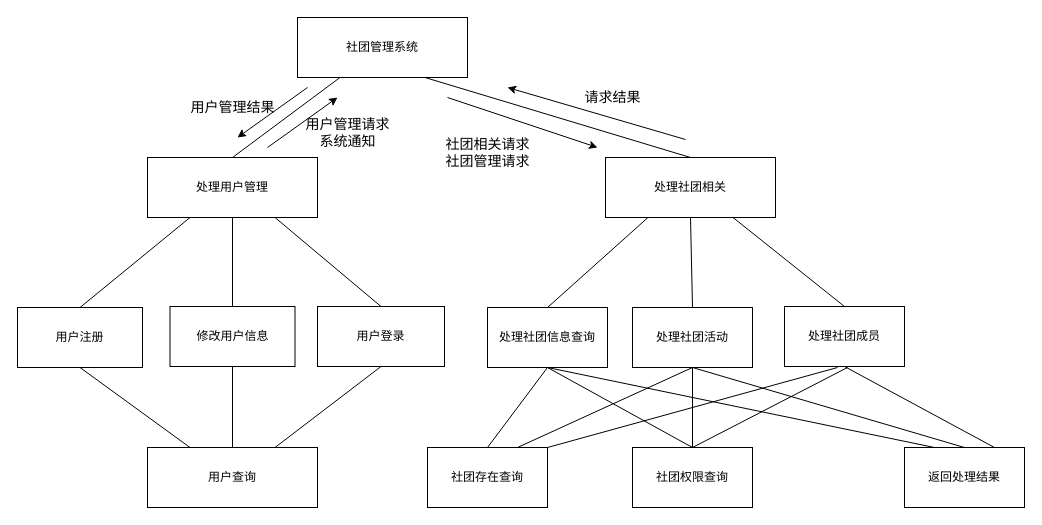
This is MFD2.drawio from gaodi16366/test, a draw.io file, before an edit. Source tidied: cells renumbered, new cells numbered last; positions are measured from the earlier drawing's top-left corner, leaving out a move shared by most shapes. Both pictures are drawn from the tidied source at 100%, with x=0, y=0 at pixel (17, 17).
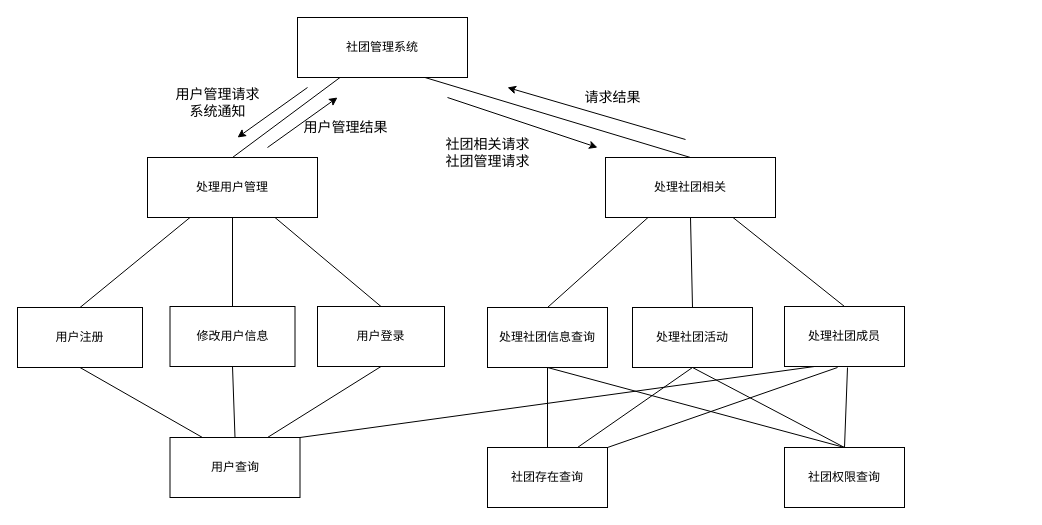
The same page after the edit.

The change refers to these unchanged cells:
```xml
<mxCell id="15" value="处理社团信息查询" style="rounded=0;whiteSpace=wrap;html=1;" parent="1" vertex="1">
  <mxGeometry x="470" y="290" width="120" height="60" as="geometry" />
</mxCell>
<mxCell id="16" value="处理社团活动" style="rounded=0;whiteSpace=wrap;html=1;" parent="1" vertex="1">
  <mxGeometry x="615" y="290" width="120" height="60" as="geometry" />
</mxCell>
<mxCell id="17" value="处理社团成员" style="rounded=0;whiteSpace=wrap;html=1;" parent="1" vertex="1">
  <mxGeometry x="767" y="289" width="120" height="60" as="geometry" />
</mxCell>
```

What changed in the source:
```diff
@@
     <mxCell id="5" value="&lt;font style=&quot;font-size: 14px&quot;&gt;用户管理请求&lt;br&gt;系统通知&lt;/font&gt;" style="text;html=1;align=center;verticalAlign=middle;" parent="1" vertex="1">
-      <mxGeometry x="280" y="100" width="100" height="30" as="geometry" />
+      <mxGeometry x="150" y="70" width="100" height="30" as="geometry" />
     </mxCell>
@@
     <mxCell id="9" value="&lt;font style=&quot;font-size: 14px&quot;&gt;用户管理结果&lt;/font&gt;" style="text;html=1;align=center;verticalAlign=middle;" parent="1" vertex="1">
-      <mxGeometry x="165" y="80" width="100" height="20" as="geometry" />
+      <mxGeometry x="277.5" y="100" width="100" height="20" as="geometry" />
     </mxCell>
@@
-    <mxCell id="21" value="返回处理结果" style="rounded=0;whiteSpace=wrap;html=1;" parent="1" vertex="1">
-      <mxGeometry x="887" y="430" width="120" height="60" as="geometry" />
-    </mxCell>
-    <mxCell id="22" style="endArrow=none;html=1;entryX=0.5;entryY=1;entryDx=0;entryDy=0;exitX=0.5;exitY=0;exitDx=0;exitDy=0;" parent="1" edge="1" source="21" target="16">
-      <mxGeometry relative="1" as="geometry" />
-    </mxCell>
-    <mxCell id="23" style="endArrow=none;html=1;entryX=0.5;entryY=1;entryDx=0;entryDy=0;exitX=0.75;exitY=0;exitDx=0;exitDy=0;" parent="1" edge="1" source="21" target="17">
-      <mxGeometry relative="1" as="geometry" />
-    </mxCell>
-    <mxCell id="24" style="endArrow=none;html=1;entryX=0.5;entryY=1;entryDx=0;entryDy=0;exitX=0.25;exitY=0;exitDx=0;exitDy=0;" parent="1" edge="1" source="21" target="15">
-      <mxGeometry relative="1" as="geometry" />
-    </mxCell>
     <mxCell id="25" value="用户查询" style="rounded=0;whiteSpace=wrap;html=1;" parent="1" vertex="1">
-      <mxGeometry x="130" y="430" width="170" height="60" as="geometry" />
+      <mxGeometry x="152.5" y="420" width="130" height="60" as="geometry" />
     </mxCell>
@@
     <mxCell id="35" value="社团权限查询" style="rounded=0;whiteSpace=wrap;html=1;" parent="1" vertex="1">
-      <mxGeometry x="615" y="430" width="120" height="60" as="geometry" />
+      <mxGeometry x="767" y="430" width="120" height="60" as="geometry" />
     </mxCell>
     <mxCell id="36" value="社团存在查询" style="rounded=0;whiteSpace=wrap;html=1;" parent="1" vertex="1">
-      <mxGeometry x="410" y="430" width="120" height="60" as="geometry" />
+      <mxGeometry x="470" y="430" width="120" height="60" as="geometry" />
     </mxCell>
@@
+    <mxCell id="43" style="endArrow=none;html=1;entryX=0.25;entryY=1;entryDx=0;entryDy=0;exitX=1;exitY=0;exitDx=0;exitDy=0;" parent="1" edge="1" source="25" target="17">
+      <mxGeometry relative="1" as="geometry" />
+    </mxCell>
```
